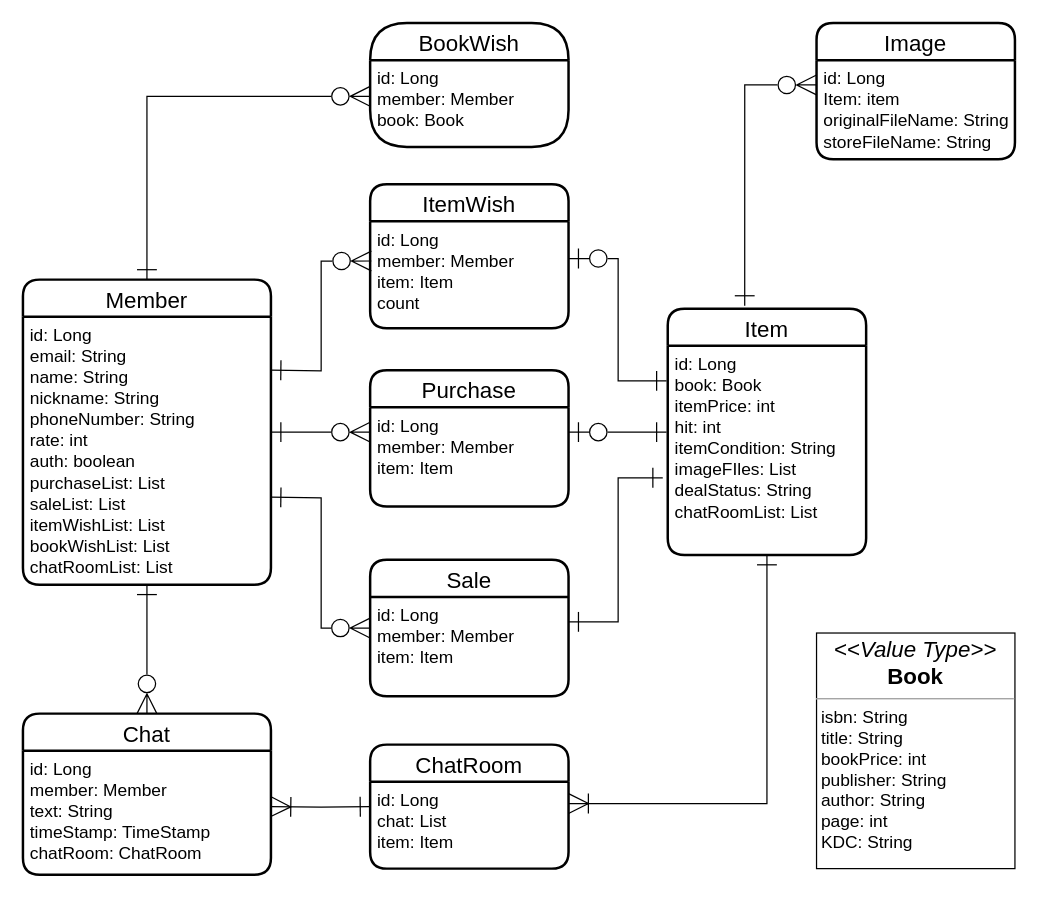
The draw.io diagram documents/Entity_Relationship_Diagram.drawio in babybeb/users-used-book-store, before the edit. Source tidied: cells renumbered, new cells numbered last; positions are measured from the earlier drawing's top-left corner, leaving out a move shared by most shapes. Both pictures are drawn from the tidied source at 124%, with x=0, y=0 at pixel (22, 22).
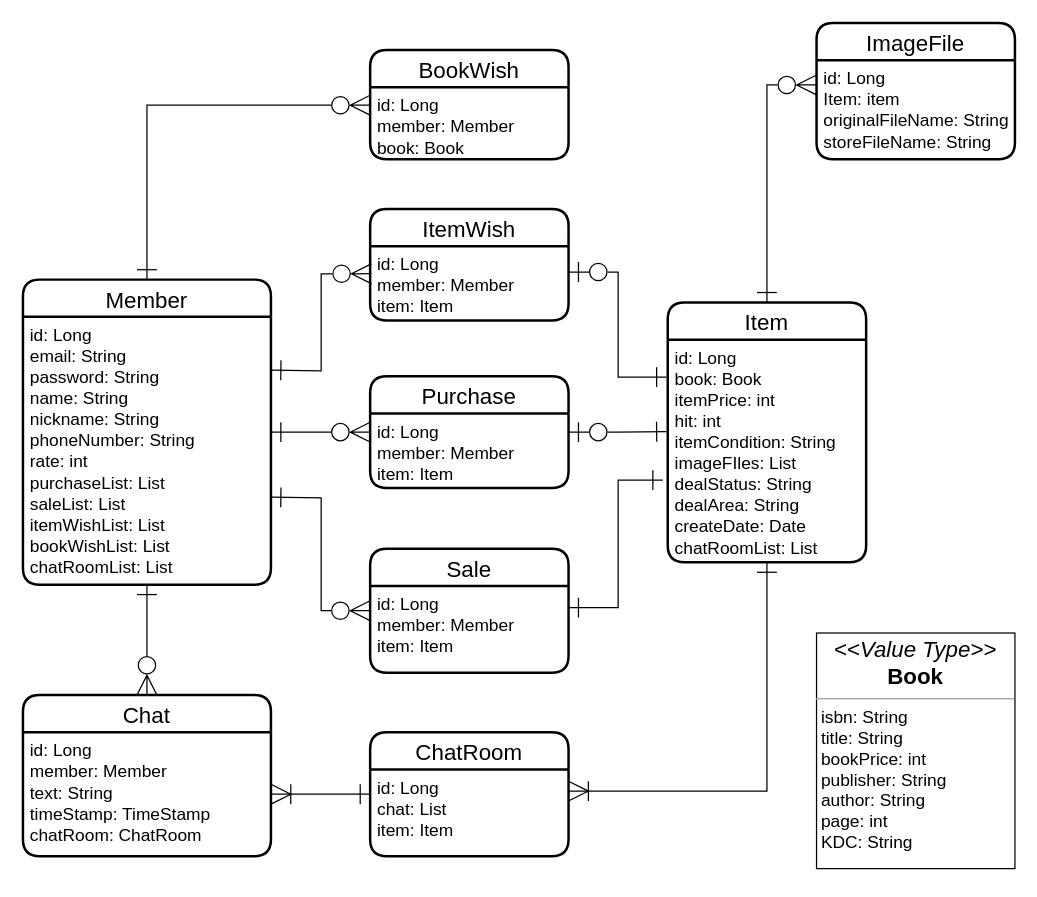
After the change.

Commit message (it also covers changes not shown here):
Fix Entity Relationship diagram

The change refers to these unchanged cells:
```xml
<mxCell id="5" value="Member" style="swimlane;horizontal=1;startSize=30;rounded=1;fontSize=18;fontStyle=0;strokeWidth=2;shadow=0;dashed=0;align=center;" parent="1" vertex="1">
  <mxGeometry y="207" width="200" height="246" as="geometry" />
</mxCell>
<mxCell id="12" value="id: Long&#10;member: Member&#10;text: String&#10;timeStamp: TimeStamp&#10;chatRoom: ChatRoom" style="align=left;strokeColor=none;fillColor=none;spacingLeft=4;fontSize=14;verticalAlign=top;" parent="11" vertex="1">
  <mxGeometry y="30" width="200" height="100" as="geometry" />
</mxCell>
<mxCell id="30" value="id: Long&#10;Item: item&#10;originalFileName: String&#10;storeFileName: String" style="align=left;strokeColor=none;fillColor=none;spacingLeft=4;fontSize=14;verticalAlign=top;" parent="29" vertex="1">
  <mxGeometry y="30" width="160" height="80" as="geometry" />
</mxCell>
```

Change to the diagram source:
```diff
@@
-    <mxCell id="6" value="id: Long&#10;email: String&#10;name: String&#10;nickname: String&#10;phoneNumber: String&#10;rate: int&#10;auth: boolean&#10;purchaseList: List&#10;saleList: List&#10;itemWishList: List&#10;bookWishList: List&#10;chatRoomList: List&#10;" style="align=left;strokeColor=none;fillColor=none;spacingLeft=4;fontSize=14;verticalAlign=top;" parent="5" vertex="1">
+    <mxCell id="6" value="id: Long&#10;email: String&#10;password: String&#10;name: String&#10;nickname: String&#10;phoneNumber: String&#10;rate: int&#10;purchaseList: List&#10;saleList: List&#10;itemWishList: List&#10;bookWishList: List&#10;chatRoomList: List&#10;" style="align=left;strokeColor=none;fillColor=none;spacingLeft=4;fontSize=14;verticalAlign=top;" parent="5" vertex="1">
       <mxGeometry y="30" width="200" height="216" as="geometry" />
     </mxCell>
     <mxCell id="7" value="Sale" style="swimlane;horizontal=1;startSize=30;rounded=1;fontSize=18;fontStyle=0;strokeWidth=2;shadow=0;dashed=0;align=center;" parent="1" vertex="1">
-      <mxGeometry x="280" y="433" width="160" height="110" as="geometry" />
+      <mxGeometry x="280" y="424" width="160" height="100" as="geometry" />
     </mxCell>
     <mxCell id="8" value="id: Long&#10;member: Member&#10;item: Item&#10;&#10;" style="align=left;strokeColor=none;fillColor=none;spacingLeft=4;fontSize=14;verticalAlign=top;" parent="7" vertex="1">
-      <mxGeometry y="30" width="160" height="80" as="geometry" />
+      <mxGeometry y="30" width="160" height="70" as="geometry" />
     </mxCell>
     <mxCell id="9" value="Item" style="swimlane;horizontal=1;startSize=30;rounded=1;fontSize=18;fontStyle=0;strokeWidth=2;shadow=0;dashed=0;align=center;" parent="1" vertex="1">
-      <mxGeometry x="520" y="230.4" width="160" height="198.6" as="geometry" />
+      <mxGeometry x="520" y="225.4" width="160" height="209.6" as="geometry" />
     </mxCell>
-    <mxCell id="10" value="id: Long&#10;book: Book&#10;itemPrice: int&#10;hit: int&#10;itemCondition: String&#10;imageFIles: List&#10;dealStatus: String&#10;chatRoomList: List&#10;" style="align=left;strokeColor=none;fillColor=none;spacingLeft=4;fontSize=14;verticalAlign=top;" parent="9" vertex="1">
-      <mxGeometry y="30" width="160" height="168.6" as="geometry" />
+    <mxCell id="10" value="id: Long&#10;book: Book&#10;itemPrice: int&#10;hit: int&#10;itemCondition: String&#10;imageFIles: List&#10;dealStatus: String&#10;dealArea: String&#10;createDate: Date&#10;chatRoomList: List&#10;" style="align=left;strokeColor=none;fillColor=none;spacingLeft=4;fontSize=14;verticalAlign=top;" parent="9" vertex="1">
+      <mxGeometry y="30" width="160" height="179.6" as="geometry" />
     </mxCell>
     <mxCell id="11" value="Chat" style="swimlane;horizontal=1;startSize=30;rounded=1;fontSize=18;fontStyle=0;strokeWidth=2;shadow=0;dashed=0;align=center;" parent="1" vertex="1">
-      <mxGeometry y="557" width="200" height="130" as="geometry" />
+      <mxGeometry y="542" width="200" height="130" as="geometry" />
     </mxCell>
@@
     <mxCell id="13" value="ChatRoom" style="swimlane;horizontal=1;startSize=30;rounded=1;fontSize=18;fontStyle=0;strokeWidth=2;shadow=0;dashed=0;align=center;" parent="1" vertex="1">
-      <mxGeometry x="280" y="582" width="160" height="100" as="geometry" />
+      <mxGeometry x="280" y="572" width="160" height="100" as="geometry" />
     </mxCell>
@@
-    <mxCell id="17" style="edgeStyle=orthogonalEdgeStyle;rounded=0;jettySize=auto;html=1;fontSize=30;startArrow=ERoneToMany;startFill=0;endArrow=ERone;endFill=0;startSize=14;endSize=14;entryX=0;entryY=0.5;entryDx=0;entryDy=0;" parent="1" edge="1" target="13">
-      <mxGeometry relative="1" as="geometry">
-        <mxPoint x="200" y="632" as="sourcePoint" />
-      </mxGeometry>
+    <mxCell id="17" style="edgeStyle=orthogonalEdgeStyle;rounded=0;jettySize=auto;html=1;fontSize=30;startArrow=ERoneToMany;startFill=0;endArrow=ERone;endFill=0;startSize=14;endSize=14;entryX=0;entryY=0.5;entryDx=0;entryDy=0;exitX=1;exitY=0.5;exitDx=0;exitDy=0;" parent="1" edge="1" source="12" target="13">
+      <mxGeometry relative="1" as="geometry" />
     </mxCell>
@@
-    <mxCell id="20" value="BookWish" style="swimlane;horizontal=1;startSize=30;rounded=1;fontSize=18;fontStyle=0;strokeWidth=2;shadow=0;dashed=0;align=center;arcSize=33;" parent="1" vertex="1">
-      <mxGeometry x="280" width="160" height="100" as="geometry" />
-    </mxCell>
-    <mxCell id="21" value="id: Long&#10;member: Member&#10;book: Book" style="align=left;strokeColor=none;fillColor=none;spacingLeft=4;fontSize=14;verticalAlign=top;" parent="20" vertex="1">
-      <mxGeometry y="30" width="160" height="70" as="geometry" />
-    </mxCell>
-    <mxCell id="22" style="edgeStyle=orthogonalEdgeStyle;rounded=0;jettySize=auto;html=1;fontSize=30;startArrow=ERone;startFill=0;endArrow=ERzeroToMany;endFill=0;startSize=14;endSize=14;entryX=0;entryY=0.417;entryDx=0;entryDy=0;exitX=0.5;exitY=0;exitDx=0;exitDy=0;entryPerimeter=0;" parent="1" edge="1" source="5" target="21">
+    <mxCell id="22" style="edgeStyle=orthogonalEdgeStyle;rounded=0;jettySize=auto;html=1;fontSize=30;startArrow=ERone;startFill=0;endArrow=ERzeroToMany;endFill=0;startSize=14;endSize=14;entryX=0;entryY=0.25;entryDx=0;entryDy=0;exitX=0.5;exitY=0;exitDx=0;exitDy=0;" parent="1" edge="1" source="5" target="21">
       <mxGeometry relative="1" as="geometry" />
     </mxCell>
     <mxCell id="23" value="ItemWish" style="swimlane;horizontal=1;startSize=30;rounded=1;fontSize=18;fontStyle=0;strokeWidth=2;shadow=0;dashed=0;align=center;" parent="1" vertex="1">
-      <mxGeometry x="280" y="130" width="160" height="116.2" as="geometry" />
+      <mxGeometry x="280" y="150" width="160" height="90" as="geometry" />
     </mxCell>
-    <mxCell id="24" value="id: Long&#10;member: Member&#10;item: Item&#10;count" style="align=left;strokeColor=none;fillColor=none;spacingLeft=4;fontSize=14;verticalAlign=top;" parent="23" vertex="1">
-      <mxGeometry y="30" width="160" height="86.2" as="geometry" />
+    <mxCell id="24" value="id: Long&#10;member: Member&#10;item: Item" style="align=left;strokeColor=none;fillColor=none;spacingLeft=4;fontSize=14;verticalAlign=top;" parent="23" vertex="1">
+      <mxGeometry y="30" width="160" height="60" as="geometry" />
     </mxCell>
     <mxCell id="25" value="Purchase" style="swimlane;horizontal=1;startSize=30;rounded=1;fontSize=18;fontStyle=0;strokeWidth=2;shadow=0;dashed=0;align=center;" parent="1" vertex="1">
-      <mxGeometry x="280" y="280" width="160" height="110" as="geometry" />
+      <mxGeometry x="280" y="285" width="160" height="90" as="geometry" />
     </mxCell>
     <mxCell id="26" value="id: Long&#10;member: Member&#10;item: Item&#10;&#10;" style="align=left;strokeColor=none;fillColor=none;spacingLeft=4;fontSize=14;verticalAlign=top;" parent="25" vertex="1">
-      <mxGeometry y="30" width="160" height="80" as="geometry" />
+      <mxGeometry y="30" width="160" height="60" as="geometry" />
     </mxCell>
@@
-    <mxCell id="29" value="Image" style="swimlane;horizontal=1;startSize=30;rounded=1;fontSize=18;fontStyle=0;strokeWidth=2;shadow=0;dashed=0;align=center;" parent="1" vertex="1">
+    <mxCell id="29" value="ImageFile" style="swimlane;horizontal=1;startSize=30;rounded=1;fontSize=18;fontStyle=0;strokeWidth=2;shadow=0;dashed=0;align=center;" parent="1" vertex="1">
       <mxGeometry x="640" width="160" height="110" as="geometry" />
     </mxCell>
@@
-    <mxCell id="31" style="edgeStyle=orthogonalEdgeStyle;rounded=0;jettySize=auto;html=1;fontSize=30;startArrow=ERzeroToMany;startFill=0;endArrow=ERone;endFill=0;startSize=14;endSize=14;exitX=0;exitY=0.25;exitDx=0;exitDy=0;entryX=0.388;entryY=-0.012;entryDx=0;entryDy=0;entryPerimeter=0;" parent="1" edge="1" source="30" target="9">
+    <mxCell id="31" style="edgeStyle=orthogonalEdgeStyle;rounded=0;jettySize=auto;html=1;fontSize=30;startArrow=ERzeroToMany;startFill=0;endArrow=ERone;endFill=0;startSize=14;endSize=14;exitX=0;exitY=0.25;exitDx=0;exitDy=0;entryX=0.5;entryY=0;entryDx=0;entryDy=0;" parent="1" edge="1" source="30" target="9">
       <mxGeometry relative="1" as="geometry">
         <Array as="points">
-          <mxPoint x="582" y="50" />
+          <mxPoint x="600" y="50" />
         </Array>
       </mxGeometry>
     </mxCell>
+    <mxCell id="20" value="BookWish" style="swimlane;horizontal=1;startSize=30;rounded=1;fontSize=18;fontStyle=0;strokeWidth=2;shadow=0;dashed=0;align=center;" parent="1" vertex="1">
+      <mxGeometry x="280" y="21.8" width="160" height="88.2" as="geometry" />
+    </mxCell>
+    <mxCell id="21" value="id: Long&#10;member: Member&#10;book: Book" style="align=left;strokeColor=none;fillColor=none;spacingLeft=4;fontSize=14;verticalAlign=top;" parent="20" vertex="1">
+      <mxGeometry y="30" width="160" height="58.2" as="geometry" />
+    </mxCell>
```
